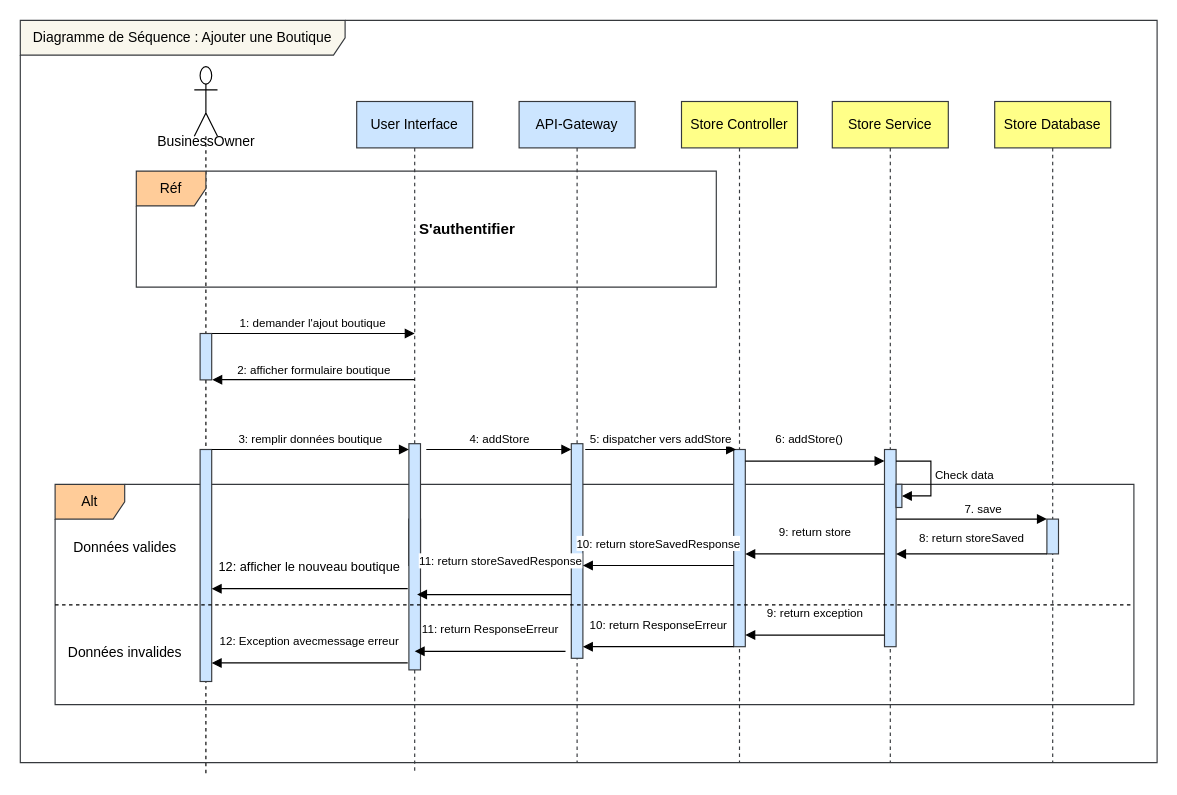
Above: ajouter-store.drawio in amine-elarass49/angular_doc (draw.io), before the change. Source tidied: cells renumbered, new cells numbered last; positions are measured from the earlier drawing's top-left corner, leaving out a move shared by most shapes. Both pictures are drawn from the tidied source at 116%, with x=0, y=0 at pixel (20, 20).
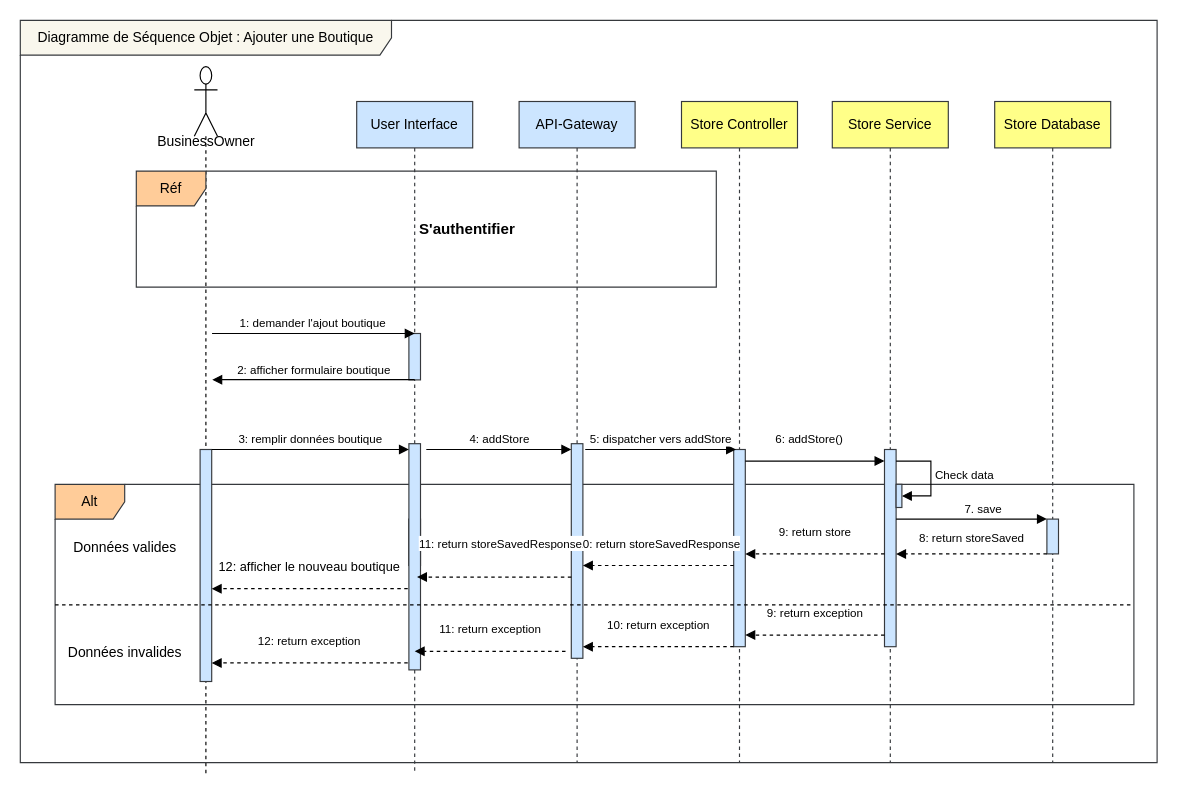
After the change.

Unchanged cells that the change refers to:
```xml
<mxCell id="3" style="shape=umlLifeline;perimeter=lifelinePerimeter;whiteSpace=wrap;html=1;newEdgeStyle={&quot;curved&quot;:0,&quot;rounded&quot;:0};participant=umlActor;size=60;" parent="1" vertex="1">
  <mxGeometry x="150" y="40" width="20" height="610" as="geometry" />
</mxCell>
<mxCell id="5" style="html=1;points=[[0,0,0,0,5],[0,1,0,0,-5],[1,0,0,0,5],[1,1,0,0,-5]];perimeter=orthogonalPerimeter;outlineConnect=0;targetShapes=umlLifeline;portConstraint=eastwest;newEdgeStyle={&quot;curved&quot;:0,&quot;rounded&quot;:0};fillColor=#cce5ff;strokeColor=#36393d;" parent="3" vertex="1">
  <mxGeometry x="5" y="330" width="10" height="200" as="geometry" />
</mxCell>
<mxCell id="6" value="User Interface" style="shape=umlLifeline;perimeter=lifelinePerimeter;whiteSpace=wrap;html=1;newEdgeStyle={&quot;curved&quot;:0,&quot;rounded&quot;:0};fillColor=#cce5ff;strokeColor=#36393d;" parent="1" vertex="1">
  <mxGeometry x="290" y="70" width="100" height="580" as="geometry" />
</mxCell>
<mxCell id="8" style="html=1;points=[[0,0,0,0,5],[0,1,0,0,-5],[1,0,0,0,5],[1,1,0,0,-5]];perimeter=orthogonalPerimeter;outlineConnect=0;targetShapes=umlLifeline;portConstraint=eastwest;newEdgeStyle={&quot;curved&quot;:0,&quot;rounded&quot;:0};fillColor=#cce5ff;strokeColor=#36393d;" parent="6" vertex="1">
  <mxGeometry x="45" y="295" width="10" height="195" as="geometry" />
</mxCell>
<mxCell id="10" style="html=1;points=[[0,0,0,0,5],[0,1,0,0,-5],[1,0,0,0,5],[1,1,0,0,-5]];perimeter=orthogonalPerimeter;outlineConnect=0;targetShapes=umlLifeline;portConstraint=eastwest;newEdgeStyle={&quot;curved&quot;:0,&quot;rounded&quot;:0};fillColor=#cce5ff;strokeColor=#36393d;" parent="9" vertex="1">
  <mxGeometry x="45" y="295" width="10" height="185" as="geometry" />
</mxCell>
<mxCell id="20" style="html=1;points=[[0,0,0,0,5],[0,1,0,0,-5],[1,0,0,0,5],[1,1,0,0,-5]];perimeter=orthogonalPerimeter;outlineConnect=0;targetShapes=umlLifeline;portConstraint=eastwest;newEdgeStyle={&quot;curved&quot;:0,&quot;rounded&quot;:0};fillColor=#cce5ff;strokeColor=#36393d;" parent="1" vertex="1">
  <mxGeometry x="615" y="370" width="10" height="170" as="geometry" />
</mxCell>
<mxCell id="21" style="html=1;points=[[0,0,0,0,5],[0,1,0,0,-5],[1,0,0,0,5],[1,1,0,0,-5]];perimeter=orthogonalPerimeter;outlineConnect=0;targetShapes=umlLifeline;portConstraint=eastwest;newEdgeStyle={&quot;curved&quot;:0,&quot;rounded&quot;:0};fillColor=#cce5ff;strokeColor=#36393d;" parent="1" vertex="1">
  <mxGeometry x="745" y="370" width="10" height="170" as="geometry" />
</mxCell>
<mxCell id="24" style="html=1;points=[[0,0,0,0,5],[0,1,0,0,-5],[1,0,0,0,5],[1,1,0,0,-5]];perimeter=orthogonalPerimeter;outlineConnect=0;targetShapes=umlLifeline;portConstraint=eastwest;newEdgeStyle={&quot;curved&quot;:0,&quot;rounded&quot;:0};fillColor=#cce5ff;strokeColor=#36393d;" parent="1" vertex="1">
  <mxGeometry x="885" y="430" width="10" height="30" as="geometry" />
</mxCell>
```

What changed in the source:
```diff
@@
-    <mxCell id="4" style="html=1;perimeter=orthogonalPerimeter;targetShapes=umlLifeline;newEdgeStyle={&quot;curved&quot;:0,&quot;rounded&quot;:0};fillColor=#cce5ff;strokeColor=#36393d;" parent="3" vertex="1">
-      <mxGeometry x="5" y="230" width="10" height="40" as="geometry" />
-    </mxCell>
@@
+    <mxCell id="4" style="html=1;perimeter=orthogonalPerimeter;targetShapes=umlLifeline;newEdgeStyle={&quot;curved&quot;:0,&quot;rounded&quot;:0};fillColor=#cce5ff;strokeColor=#36393d;" parent="6" vertex="1">
+      <mxGeometry x="45" y="200" width="10" height="40" as="geometry" />
+    </mxCell>
@@
-    <mxCell id="28" value="&lt;font style=&quot;font-size: 10px;&quot;&gt;8: return storeSaved&lt;/font&gt;" style="html=1;verticalAlign=bottom;endArrow=block;rounded=0;" parent="1" edge="1" source="24" target="21">
+    <mxCell id="28" value="&lt;font style=&quot;font-size: 10px;&quot;&gt;8: return storeSaved&lt;/font&gt;" style="html=1;verticalAlign=bottom;endArrow=block;rounded=0;dashed=1;" parent="1" edge="1" source="24" target="21">
       <mxGeometry y="-5" relative="1" as="geometry">
         <Array as="points">
           <mxPoint x="850" y="460" />
         </Array>
       </mxGeometry>
     </mxCell>
-    <mxCell id="29" value="&lt;font style=&quot;font-size: 10px;&quot;&gt;9: return store&lt;/font&gt;" style="html=1;verticalAlign=bottom;endArrow=block;rounded=0;" parent="1" edge="1" target="20">
+    <mxCell id="29" value="&lt;font style=&quot;font-size: 10px;&quot;&gt;9: return store&lt;/font&gt;" style="html=1;verticalAlign=bottom;endArrow=block;rounded=0;dashed=1;" parent="1" edge="1" target="20">
       <mxGeometry y="-10" relative="1" as="geometry">
         <mxPoint x="745" y="460" as="sourcePoint" />
       </mxGeometry>
     </mxCell>
-    <mxCell id="30" value="&lt;font style=&quot;font-size: 10px;&quot;&gt;10: return storeSavedResponse&lt;/font&gt;" style="html=1;verticalAlign=bottom;endArrow=block;rounded=0;" parent="1" edge="1">
+    <mxCell id="30" value="&lt;font style=&quot;font-size: 10px;&quot;&gt;10: return storeSavedResponse&lt;/font&gt;" style="html=1;verticalAlign=bottom;endArrow=block;rounded=0;dashed=1;" parent="1" edge="1">
       <mxGeometry y="-10" relative="1" as="geometry">
         <mxPoint x="615" y="470" as="sourcePoint" />
         <mxPoint x="485" y="470" as="targetPoint" />
       </mxGeometry>
     </mxCell>
-    <mxCell id="31" value="&lt;font style=&quot;font-size: 10px;&quot;&gt;11: return storeSavedResponse&lt;/font&gt;" style="html=1;verticalAlign=bottom;endArrow=block;rounded=0;entryX=0.705;entryY=0.667;entryDx=0;entryDy=0;entryPerimeter=0;" parent="1" edge="1" source="10" target="8">
-      <mxGeometry x="-0.08" y="-20" relative="1" as="geometry" />
+    <mxCell id="31" value="&lt;font style=&quot;font-size: 10px;&quot;&gt;11: return storeSavedResponse&lt;/font&gt;" style="html=1;verticalAlign=bottom;endArrow=block;rounded=0;entryX=0.705;entryY=0.667;entryDx=0;entryDy=0;entryPerimeter=0;dashed=1;" parent="1" edge="1">
+      <mxGeometry x="-0.08" y="-20" relative="1" as="geometry">
+        <mxPoint x="475" y="480" as="sourcePoint" />
+        <mxPoint x="342" y="480" as="targetPoint" />
+      </mxGeometry>
     </mxCell>
-    <mxCell id="32" value="12: afficher le nouveau boutique" style="html=1;verticalAlign=bottom;endArrow=block;rounded=0;" parent="1" edge="1" target="5">
+    <mxCell id="32" value="12: afficher le nouveau boutique" style="html=1;verticalAlign=bottom;endArrow=block;rounded=0;dashed=1;" parent="1" edge="1" target="5">
       <mxGeometry y="-10" relative="1" as="geometry">
         <mxPoint x="334" y="490" as="sourcePoint" />
       </mxGeometry>
     </mxCell>
@@
-    <mxCell id="35" value="&lt;font style=&quot;font-size: 10px;&quot;&gt;9: return exception&lt;/font&gt;" style="html=1;verticalAlign=bottom;endArrow=block;rounded=0;" parent="1" edge="1">
+    <mxCell id="35" value="&lt;font style=&quot;font-size: 10px;&quot;&gt;9: return exception&lt;/font&gt;" style="html=1;verticalAlign=bottom;endArrow=block;rounded=0;dashed=1;" parent="1" edge="1">
       <mxGeometry y="-10" relative="1" as="geometry">
         <mxPoint x="745" y="530" as="sourcePoint" />
         <mxPoint x="625" y="530" as="targetPoint" />
       </mxGeometry>
     </mxCell>
-    <mxCell id="36" value="&lt;font style=&quot;font-size: 10px;&quot;&gt;10: return ResponseErreur&lt;/font&gt;" style="html=1;verticalAlign=bottom;endArrow=block;rounded=0;" parent="1" edge="1">
+    <mxCell id="36" value="&lt;font style=&quot;font-size: 10px;&quot;&gt;10: return &lt;/font&gt;&lt;font style=&quot;font-size: 10px;&quot;&gt;exception&lt;/font&gt;" style="html=1;verticalAlign=bottom;endArrow=block;rounded=0;dashed=1;" parent="1" edge="1">
       <mxGeometry y="-10" relative="1" as="geometry">
         <mxPoint x="615" y="540" as="sourcePoint" />
         <mxPoint x="485" y="540" as="targetPoint" />
       </mxGeometry>
     </mxCell>
-    <mxCell id="37" value="&lt;font style=&quot;font-size: 10px;&quot;&gt;11: return ResponseErreur&lt;/font&gt;" style="html=1;verticalAlign=bottom;endArrow=block;rounded=0;" parent="1" edge="1">
+    <mxCell id="37" value="&lt;font style=&quot;font-size: 10px;&quot;&gt;11: return &lt;/font&gt;&lt;font style=&quot;font-size: 10px;&quot;&gt;exception&lt;/font&gt;" style="html=1;verticalAlign=bottom;endArrow=block;rounded=0;dashed=1;" parent="1" edge="1">
       <mxGeometry y="-10" relative="1" as="geometry">
         <mxPoint x="470" y="544" as="sourcePoint" />
         <mxPoint x="340" y="544" as="targetPoint" />
       </mxGeometry>
     </mxCell>
-    <mxCell id="38" value="&lt;font style=&quot;font-size: 10px;&quot;&gt;12: Exception avecmessage erreur&lt;/font&gt;" style="html=1;verticalAlign=bottom;endArrow=block;rounded=0;" parent="1" edge="1" target="5">
+    <mxCell id="38" value="&lt;font style=&quot;font-size: 10px;&quot;&gt;12: &lt;/font&gt;&lt;font style=&quot;font-size: 10px;&quot;&gt;return &lt;/font&gt;&lt;font style=&quot;font-size: 10px;&quot;&gt;exception&lt;/font&gt;" style="html=1;verticalAlign=bottom;endArrow=block;rounded=0;dashed=1;" parent="1" edge="1" target="5">
       <mxGeometry y="-10" relative="1" as="geometry">
         <mxPoint x="334" y="554" as="sourcePoint" />
       </mxGeometry>
     </mxCell>
@@
-    <mxCell id="40" value="Diagramme de Séquence : Ajouter une Boutique" style="shape=umlFrame;whiteSpace=wrap;html=1;width=280;height=30;fillColor=#f9f7ed;strokeColor=#36393d;" parent="1" vertex="1">
+    <mxCell id="40" value="Diagramme de Séquence Objet : Ajouter une Boutique" style="shape=umlFrame;whiteSpace=wrap;html=1;width=320;height=30;fillColor=#f9f7ed;strokeColor=#36393d;" parent="1" vertex="1">
       <mxGeometry width="980" height="640" as="geometry" />
     </mxCell>
```
